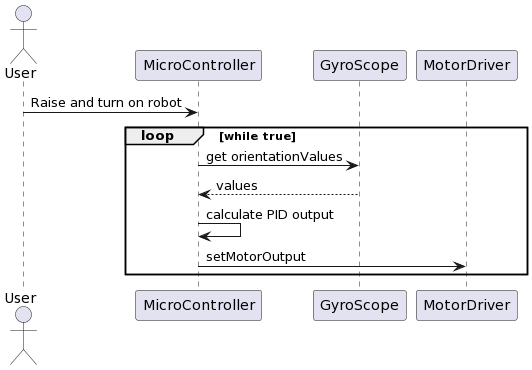
The PlantUML diagram Diagrams/sekvensDiagram.png in VilliamBo/SWAMS, before a commit. Its diagram source:
```plantuml
@startuml
actor User
participant MicroController
participant GyroScope
participant MotorDriver


User -> MicroController: Raise and turn on robot

loop while true

MicroController -> GyroScope : get orientationValues
GyroScope --> MicroController : values

MicroController -> MicroController : calculate PID output

MicroController -> MotorDriver : setMotorOutput




end
@enduml
```
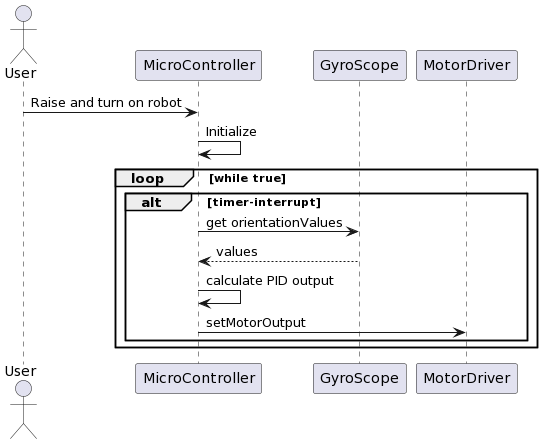
Above is the later version.

The edit, as a diff of the source:
```diff
@@ -7,7 +7,10 @@
 
 User -> MicroController: Raise and turn on robot
 
+MicroController -> MicroController: Initialize
+
 loop while true
+alt timer-interrupt
 
 MicroController -> GyroScope : get orientationValues
 GyroScope --> MicroController : values
@@ -15,9 +18,6 @@
 MicroController -> MicroController : calculate PID output
 
 MicroController -> MotorDriver : setMotorOutput
-
-
-
-
+end
 end
 @enduml
```
